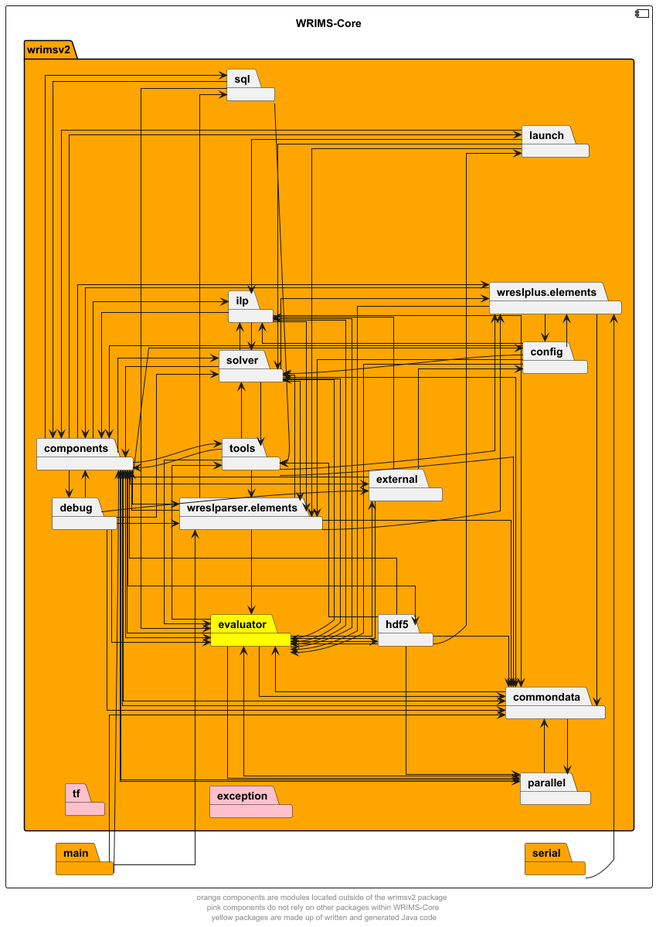
Before: docs/diagrams/wrims-core/wrims-core-interdeps-simplified.png, a diagram exported from PlantUML (CentralValleyModeling/wrims-engine).
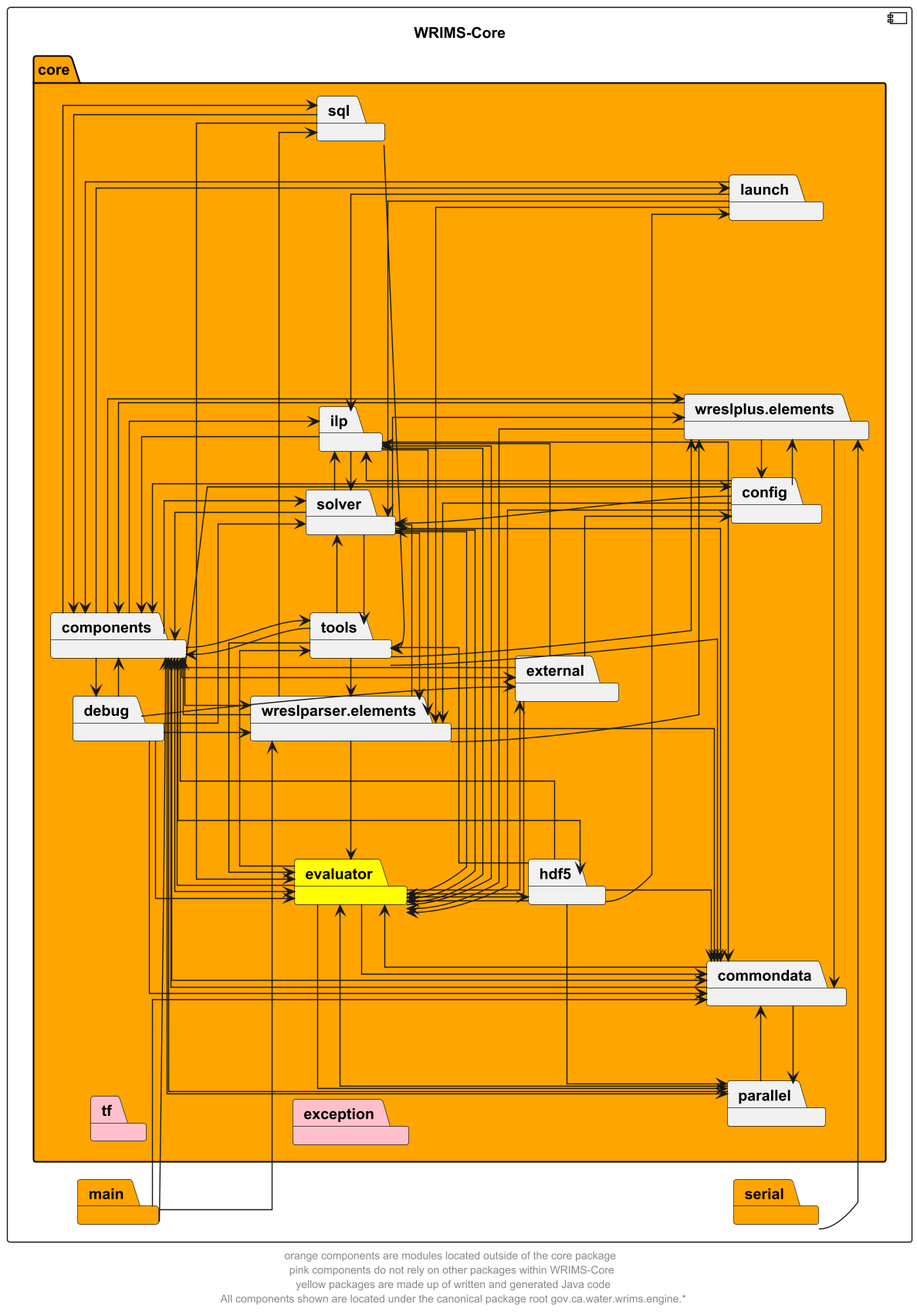
Above is the later version.

The edit, as a diff of the source:
```diff
@@ -5,7 +5,7 @@
 component wrims_core as "WRIMS-Core" {
     package main #orange
     package serial #orange
-    package wrimsv2 #orange {
+    package core #orange {
         package commondata
         package components
         package config
@@ -136,6 +136,6 @@
 solver -d[hidden]-> commondata
 tf -d[hidden]-> exception
 
-footer "orange components are modules located outside of the wrimsv2 package \n pink components do not rely on other packages within WRIMS-Core \n yellow packages are made up of written and generated Java code"
+footer "orange components are modules located outside of the core package \n pink components do not rely on other packages within WRIMS-Core \n yellow packages are made up of written and generated Java code\n All components shown are located under the canonical package root gov.ca.water.wrims.engine.*"
 
 @enduml
```
